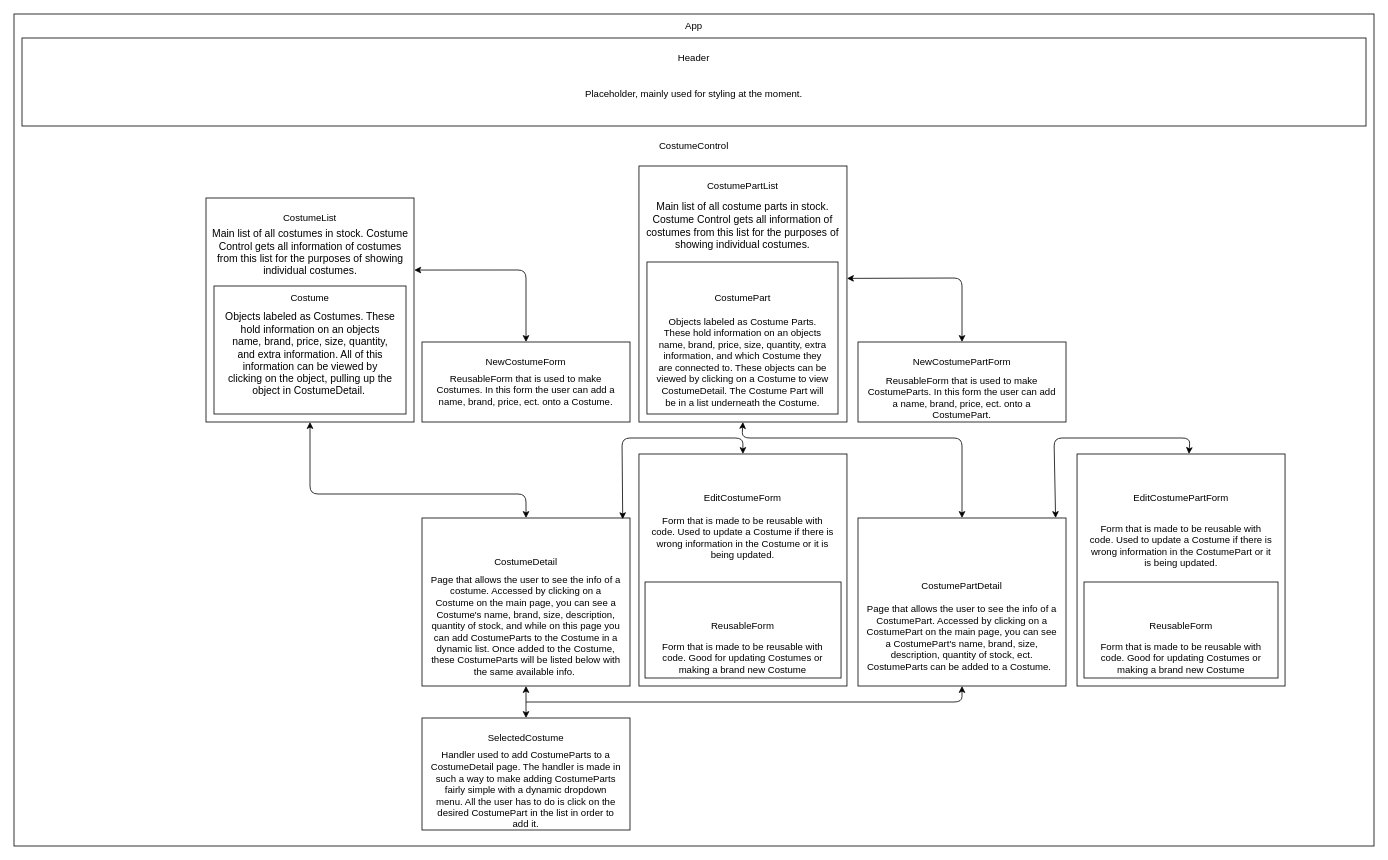
AndrewMMickel/costume-shop keeps this draw.io diagram as Program-plan.drawio. Above is the earlier version. Source tidied: cells renumbered, new cells numbered last; positions are measured from the earlier drawing's top-left corner, leaving out a move shared by most shapes. Both pictures are drawn from the tidied source at 80%, with x=0, y=0 at pixel (14, 14).
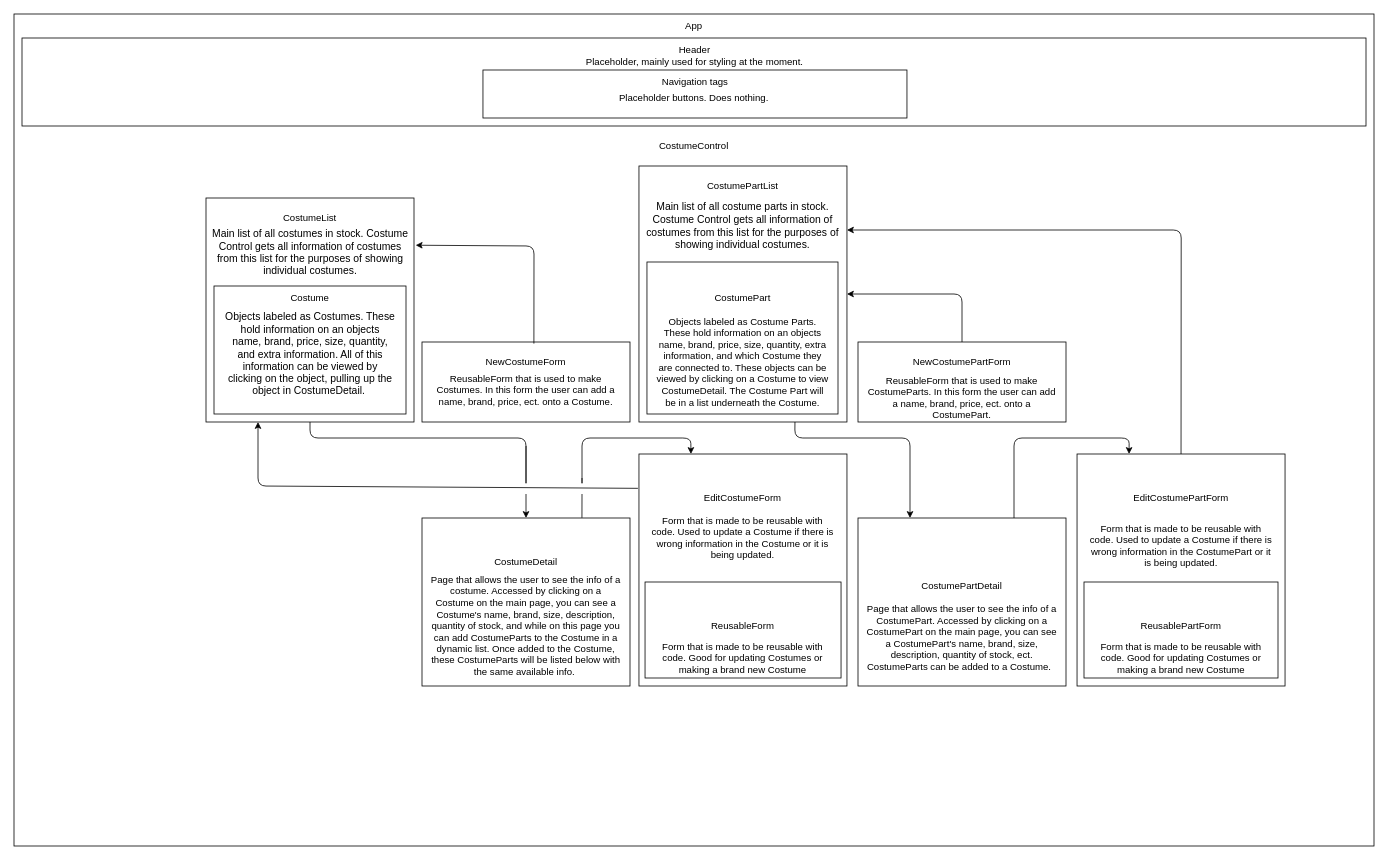
After the change.

The change refers to these unchanged cells:
```xml
<mxCell id="7" style="rounded=0;whiteSpace=wrap;html=1;" parent="1" vertex="1">
  <mxGeometry x="240" y="230" width="260" height="280" as="geometry" />
</mxCell>
<mxCell id="11" style="rounded=0;whiteSpace=wrap;html=1;" parent="1" vertex="1">
  <mxGeometry x="510" y="630" width="260" height="210" as="geometry" />
</mxCell>
<mxCell id="13" style="rounded=0;whiteSpace=wrap;html=1;" parent="1" vertex="1">
  <mxGeometry x="781.2" y="190" width="260" height="320" as="geometry" />
</mxCell>
<mxCell id="14" style="rounded=0;whiteSpace=wrap;html=1;" parent="1" vertex="1">
  <mxGeometry x="1055" y="630" width="260" height="210" as="geometry" />
</mxCell>
<mxCell id="16" style="rounded=0;whiteSpace=wrap;html=1;" parent="1" vertex="1">
  <mxGeometry x="781.2" y="550" width="260" height="290" as="geometry" />
</mxCell>
<mxCell id="17" style="rounded=0;whiteSpace=wrap;html=1;" parent="1" vertex="1">
  <mxGeometry x="1328.8" y="550" width="260" height="290" as="geometry" />
</mxCell>
<mxCell id="24" value="Main list of all costumes in stock. Costume Control gets all information of costumes from this list for the purposes of showing individual costumes." style="text;html=1;strokeColor=none;fillColor=none;align=center;verticalAlign=middle;whiteSpace=wrap;rounded=0;fontSize=13;" parent="1" vertex="1">
  <mxGeometry x="242.5" y="260" width="255" height="75" as="geometry" />
</mxCell>
<mxCell id="43" style="rounded=0;whiteSpace=wrap;html=1;" parent="1" vertex="1">
  <mxGeometry x="510" y="410" width="260" height="100" as="geometry" />
</mxCell>
<mxCell id="44" style="rounded=0;whiteSpace=wrap;html=1;" parent="1" vertex="1">
  <mxGeometry x="1055" y="410" width="260" height="100" as="geometry" />
</mxCell>
```

Change to the diagram source:
```diff
@@
     <mxCell id="5" value="Header" style="text;html=1;align=center;verticalAlign=middle;whiteSpace=wrap;rounded=0;" parent="1" vertex="1">
-      <mxGeometry x="820" y="40" width="60" height="30" as="geometry" />
+      <mxGeometry x="821.2" y="30" width="60" height="30" as="geometry" />
     </mxCell>
@@
-    <mxCell id="23" value="ReusableForm" style="text;html=1;strokeColor=none;fillColor=none;align=center;verticalAlign=middle;whiteSpace=wrap;rounded=0;" parent="1" vertex="1">
+    <mxCell id="23" value="ReusablePartForm" style="text;html=1;strokeColor=none;fillColor=none;align=center;verticalAlign=middle;whiteSpace=wrap;rounded=0;" parent="1" vertex="1">
       <mxGeometry x="1428.8" y="750" width="60" height="30" as="geometry" />
     </mxCell>
@@
     <mxCell id="32" value="Placeholder, mainly used for styling at the moment." style="text;html=1;strokeColor=none;fillColor=none;align=center;verticalAlign=middle;whiteSpace=wrap;rounded=0;" parent="1" vertex="1">
-      <mxGeometry x="20" y="70" width="1660" height="60" as="geometry" />
+      <mxGeometry x="696.2" y="30" width="310" height="60" as="geometry" />
     </mxCell>
@@
-    <mxCell id="38" style="rounded=0;whiteSpace=wrap;html=1;" parent="1" vertex="1">
-      <mxGeometry x="510" y="880" width="260" height="140" as="geometry" />
-    </mxCell>
-    <mxCell id="39" style="endArrow=classic;startArrow=classic;html=1;exitX=0.5;exitY=0;exitDx=0;exitDy=0;entryX=0.5;entryY=1;entryDx=0;entryDy=0;" parent="1" edge="1" source="38" target="11">
-      <mxGeometry relative="1" as="geometry" />
-    </mxCell>
-    <mxCell id="40" style="endArrow=classic;html=1;entryX=0.5;entryY=1;entryDx=0;entryDy=0;" parent="1" edge="1" target="14">
-      <mxGeometry relative="1" as="geometry">
-        <mxPoint x="640" y="860" as="sourcePoint" />
-        <Array as="points">
-          <mxPoint x="1185" y="860" />
-        </Array>
-      </mxGeometry>
-    </mxCell>
-    <mxCell id="41" value="SelectedCostume" style="text;html=1;strokeColor=none;fillColor=none;align=center;verticalAlign=middle;whiteSpace=wrap;rounded=0;" parent="1" vertex="1">
-      <mxGeometry x="610" y="890" width="60" height="30" as="geometry" />
-    </mxCell>
-    <mxCell id="42" value="Handler used to add CostumeParts to a CostumeDetail page. The handler is made in such a way to make adding CostumeParts fairly simple with a dynamic dropdown menu. All the user has to do is click on the desired CostumePart in the list in order to add it." style="text;html=1;strokeColor=none;fillColor=none;align=center;verticalAlign=middle;whiteSpace=wrap;rounded=0;" parent="1" vertex="1">
-      <mxGeometry x="520" y="920" width="240" height="100" as="geometry" />
-    </mxCell>
@@
-    <mxCell id="45" style="endArrow=classic;startArrow=classic;html=1;exitX=0.95;exitY=0;exitDx=0;exitDy=0;exitPerimeter=0;" parent="1" edge="1" source="14" target="17">
-      <mxGeometry relative="1" as="geometry">
-        <Array as="points">
-          <mxPoint x="1300" y="530" />
-          <mxPoint x="1360" y="530" />
-          <mxPoint x="1470" y="530" />
-        </Array>
-      </mxGeometry>
-    </mxCell>
@@
-    <mxCell id="50" style="endArrow=classic;startArrow=classic;html=1;entryX=0.5;entryY=0;entryDx=0;entryDy=0;exitX=0.965;exitY=0.007;exitDx=0;exitDy=0;exitPerimeter=0;" parent="1" edge="1" source="11" target="16">
-      <mxGeometry relative="1" as="geometry">
-        <Array as="points">
-          <mxPoint x="760" y="530" />
-          <mxPoint x="911" y="530" />
-        </Array>
-      </mxGeometry>
-    </mxCell>
+    <mxCell id="55" style="rounded=0;whiteSpace=wrap;html=1;" parent="1" vertex="1">
+      <mxGeometry x="586.2" y="70" width="530" height="60" as="geometry" />
+    </mxCell>
+    <mxCell id="56" value="Navigation tags" style="text;html=1;strokeColor=none;fillColor=none;align=center;verticalAlign=middle;whiteSpace=wrap;rounded=0;" parent="1" vertex="1">
+      <mxGeometry x="801.9" y="70" width="98.8" height="30" as="geometry" />
+    </mxCell>
+    <mxCell id="57" value="Placeholder buttons. Does nothing." style="text;html=1;strokeColor=none;fillColor=none;align=center;verticalAlign=middle;whiteSpace=wrap;rounded=0;" parent="1" vertex="1">
+      <mxGeometry x="600" y="90" width="500" height="30" as="geometry" />
+    </mxCell>
-    <mxCell id="51" style="endArrow=classic;startArrow=classic;html=1;entryX=1.011;entryY=0.801;entryDx=0;entryDy=0;exitX=0.5;exitY=0;exitDx=0;exitDy=0;entryPerimeter=0;" parent="1" edge="1" source="43" target="24">
+    <mxCell id="51" style="endArrow=classic;html=1;entryX=1.018;entryY=0.387;entryDx=0;entryDy=0;entryPerimeter=0;exitX=0.538;exitY=0.02;exitDx=0;exitDy=0;exitPerimeter=0;" parent="1" edge="1" source="43" target="24">
       <mxGeometry relative="1" as="geometry">
         <Array as="points">
-          <mxPoint x="640" y="320" />
+          <mxPoint x="650" y="290" />
         </Array>
       </mxGeometry>
     </mxCell>
-    <mxCell id="52" style="endArrow=classic;startArrow=classic;html=1;entryX=0.5;entryY=1;entryDx=0;entryDy=0;exitX=0.5;exitY=0;exitDx=0;exitDy=0;" parent="1" edge="1" source="11" target="7">
-      <mxGeometry relative="1" as="geometry">
-        <Array as="points">
-          <mxPoint x="640" y="600" />
-          <mxPoint x="370" y="600" />
-        </Array>
-      </mxGeometry>
-    </mxCell>
-    <mxCell id="53" style="endArrow=classic;startArrow=classic;html=1;entryX=1;entryY=0.439;entryDx=0;entryDy=0;exitX=0.5;exitY=0;exitDx=0;exitDy=0;entryPerimeter=0;" parent="1" edge="1" source="44" target="13">
+    <mxCell id="53" style="endArrow=classic;html=1;elbow=vertical;exitX=0.5;exitY=0;exitDx=0;exitDy=0;entryX=1;entryY=0.5;entryDx=0;entryDy=0;" parent="1" edge="1" source="44" target="13">
       <mxGeometry relative="1" as="geometry">
         <Array as="points">
-          <mxPoint x="1185" y="330" />
+          <mxPoint x="1185" y="350" />
         </Array>
       </mxGeometry>
     </mxCell>
+    <mxCell id="58" style="endArrow=classic;html=1;elbow=vertical;entryX=0.5;entryY=0;entryDx=0;entryDy=0;" parent="1" edge="1" target="11">
+      <mxGeometry relative="1" as="geometry">
+        <mxPoint x="640" y="600" as="sourcePoint" />
+        <Array as="points">
+          <mxPoint x="640" y="600" />
+        </Array>
+      </mxGeometry>
+    </mxCell>
+    <mxCell id="59" style="endArrow=classic;html=1;elbow=vertical;entryX=0.25;entryY=0;entryDx=0;entryDy=0;" parent="1" edge="1" target="16">
+      <mxGeometry relative="1" as="geometry">
+        <mxPoint x="710" y="580" as="sourcePoint" />
+        <Array as="points">
+          <mxPoint x="710" y="590" />
+          <mxPoint x="710" y="530" />
+          <mxPoint x="846" y="530" />
+        </Array>
+      </mxGeometry>
+    </mxCell>
-    <mxCell id="54" style="endArrow=classic;startArrow=classic;html=1;exitX=0.5;exitY=1;exitDx=0;exitDy=0;entryX=0.5;entryY=0;entryDx=0;entryDy=0;" parent="1" edge="1" source="13" target="14">
+    <mxCell id="54" style="endArrow=classic;html=1;elbow=vertical;entryX=0.25;entryY=0;entryDx=0;entryDy=0;exitX=0.75;exitY=1;exitDx=0;exitDy=0;" parent="1" edge="1" source="13" target="14">
       <mxGeometry relative="1" as="geometry">
         <Array as="points">
-          <mxPoint x="910" y="530" />
-          <mxPoint x="1185" y="530" />
+          <mxPoint x="976" y="530" />
+          <mxPoint x="1120" y="530" />
         </Array>
       </mxGeometry>
     </mxCell>
+    <mxCell id="45" style="endArrow=classic;html=1;elbow=vertical;exitX=0.75;exitY=0;exitDx=0;exitDy=0;entryX=0.25;entryY=0;entryDx=0;entryDy=0;" parent="1" edge="1" source="14" target="17">
+      <mxGeometry relative="1" as="geometry">
+        <Array as="points">
+          <mxPoint x="1250" y="530" />
+          <mxPoint x="1394" y="530" />
+        </Array>
+      </mxGeometry>
+    </mxCell>
+    <mxCell id="60" style="endArrow=classic;html=1;elbow=vertical;exitX=0.5;exitY=0;exitDx=0;exitDy=0;entryX=1;entryY=0.25;entryDx=0;entryDy=0;" parent="1" edge="1" source="17" target="13">
+      <mxGeometry relative="1" as="geometry">
+        <Array as="points">
+          <mxPoint x="1459" y="270" />
+        </Array>
+      </mxGeometry>
+    </mxCell>
+    <mxCell id="61" style="endArrow=none;html=1;elbow=vertical;exitX=0.769;exitY=-0.001;exitDx=0;exitDy=0;exitPerimeter=0;" parent="1" edge="1" source="11">
+      <mxGeometry relative="1" as="geometry">
+        <mxPoint x="710" y="600" as="targetPoint" />
+        <Array as="points">
+          <mxPoint x="710" y="600" />
+        </Array>
+      </mxGeometry>
+    </mxCell>
+    <mxCell id="62" style="endArrow=classic;html=1;elbow=vertical;exitX=-0.005;exitY=0.148;exitDx=0;exitDy=0;exitPerimeter=0;entryX=0.25;entryY=1;entryDx=0;entryDy=0;" parent="1" edge="1" source="16" target="7">
+      <mxGeometry relative="1" as="geometry">
+        <Array as="points">
+          <mxPoint x="305" y="590" />
+        </Array>
+      </mxGeometry>
+    </mxCell>
+    <mxCell id="63" style="endArrow=none;html=1;elbow=vertical;exitX=0.5;exitY=1;exitDx=0;exitDy=0;" parent="1" edge="1" source="7">
+      <mxGeometry relative="1" as="geometry">
+        <mxPoint x="640" y="540" as="targetPoint" />
+        <Array as="points">
+          <mxPoint x="370" y="530" />
+          <mxPoint x="640" y="530" />
+          <mxPoint x="640" y="570" />
+          <mxPoint x="640" y="590" />
+        </Array>
+      </mxGeometry>
+    </mxCell>
```
